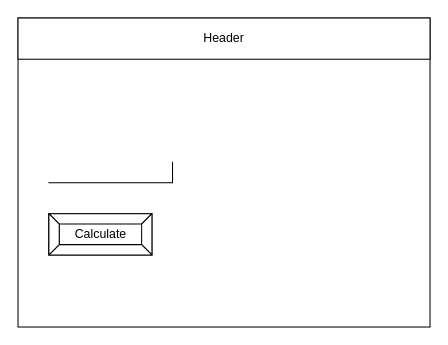
Above: page "Page-1" (1 of 2) of design/story-board.drawio in ashley-monaghan/ICS2OR-Unit-6-04 (draw.io), before the change. Source tidied: cells renumbered, new cells numbered last; positions are measured from the earlier drawing's top-left corner, leaving out a move shared by most shapes. Both pictures are drawn from the tidied source at 103%, with x=0, y=0 at pixel (18, 18).
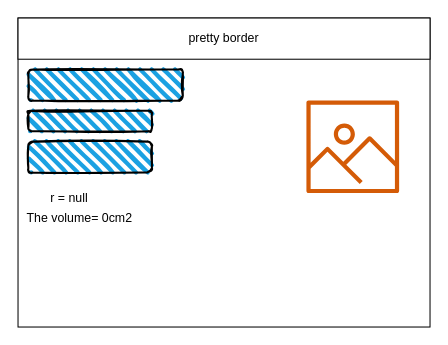
The same diagram, later.

Change to the diagram source:
```diff
@@
 <mxGraphModel>
   <root>
     <mxCell id="0" />
     <mxCell id="1" parent="0" />
     <mxCell id="2" style="rounded=0;whiteSpace=wrap;html=1;" parent="1" vertex="1">
       <mxGeometry width="400" height="300" as="geometry" />
     </mxCell>
-    <mxCell id="3" value="Header" style="rounded=0;whiteSpace=wrap;html=1;" parent="1" vertex="1">
+    <mxCell id="3" value="pretty border" style="rounded=0;whiteSpace=wrap;html=1;" parent="1" vertex="1">
       <mxGeometry width="400" height="40" as="geometry" />
     </mxCell>
-    <mxCell id="4" style="shape=partialRectangle;whiteSpace=wrap;html=1;top=0;left=0;fillColor=none;" parent="1" vertex="1">
-      <mxGeometry x="30" y="140" width="120" height="20" as="geometry" />
-    </mxCell>
-    <mxCell id="5" value="Calculate" style="labelPosition=center;verticalLabelPosition=middle;align=center;html=1;shape=mxgraph.basic.button;dx=10;" parent="1" vertex="1">
-      <mxGeometry x="30" y="190" width="100" height="40" as="geometry" />
+    <mxCell id="5" style="rounded=1;whiteSpace=wrap;html=1;strokeWidth=2;fillWeight=4;hachureGap=8;hachureAngle=45;fillColor=#1ba1e2;sketch=1;" parent="1" vertex="1">
+      <mxGeometry x="10" y="50" width="150" height="30" as="geometry" />
     </mxCell>
+    <mxCell id="6" style="rounded=1;whiteSpace=wrap;html=1;strokeWidth=2;fillWeight=4;hachureGap=8;hachureAngle=45;fillColor=#1ba1e2;sketch=1;" parent="1" vertex="1">
+      <mxGeometry x="10" y="90" width="120" height="20" as="geometry" />
+    </mxCell>
+    <mxCell id="7" style="rounded=1;whiteSpace=wrap;html=1;strokeWidth=2;fillWeight=4;hachureGap=8;hachureAngle=45;fillColor=#1ba1e2;sketch=1;" parent="1" vertex="1">
+      <mxGeometry x="10" y="120" width="120" height="30" as="geometry" />
+    </mxCell>
+    <mxCell id="8" value="r = null" style="text;html=1;strokeColor=none;fillColor=none;align=center;verticalAlign=middle;whiteSpace=wrap;rounded=0;" parent="1" vertex="1">
+      <mxGeometry x="20" y="160" width="60" height="30" as="geometry" />
+    </mxCell>
+    <mxCell id="9" value="The volume= 0cm2" style="text;html=1;strokeColor=none;fillColor=none;align=center;verticalAlign=middle;whiteSpace=wrap;rounded=0;" parent="1" vertex="1">
+      <mxGeometry y="180" width="120" height="30" as="geometry" />
+    </mxCell>
+    <mxCell id="10" style="sketch=0;fontColor=#232F3E;gradientColor=none;fillColor=#D45B07;strokeColor=none;dashed=0;verticalLabelPosition=bottom;verticalAlign=top;align=center;html=1;fontSize=12;fontStyle=0;shape=mxgraph.aws4.container_registry_image;" parent="1" vertex="1">
+      <mxGeometry x="280" y="80" width="90" height="90" as="geometry" />
+    </mxCell>
   </root>
 </mxGraphModel>
```
